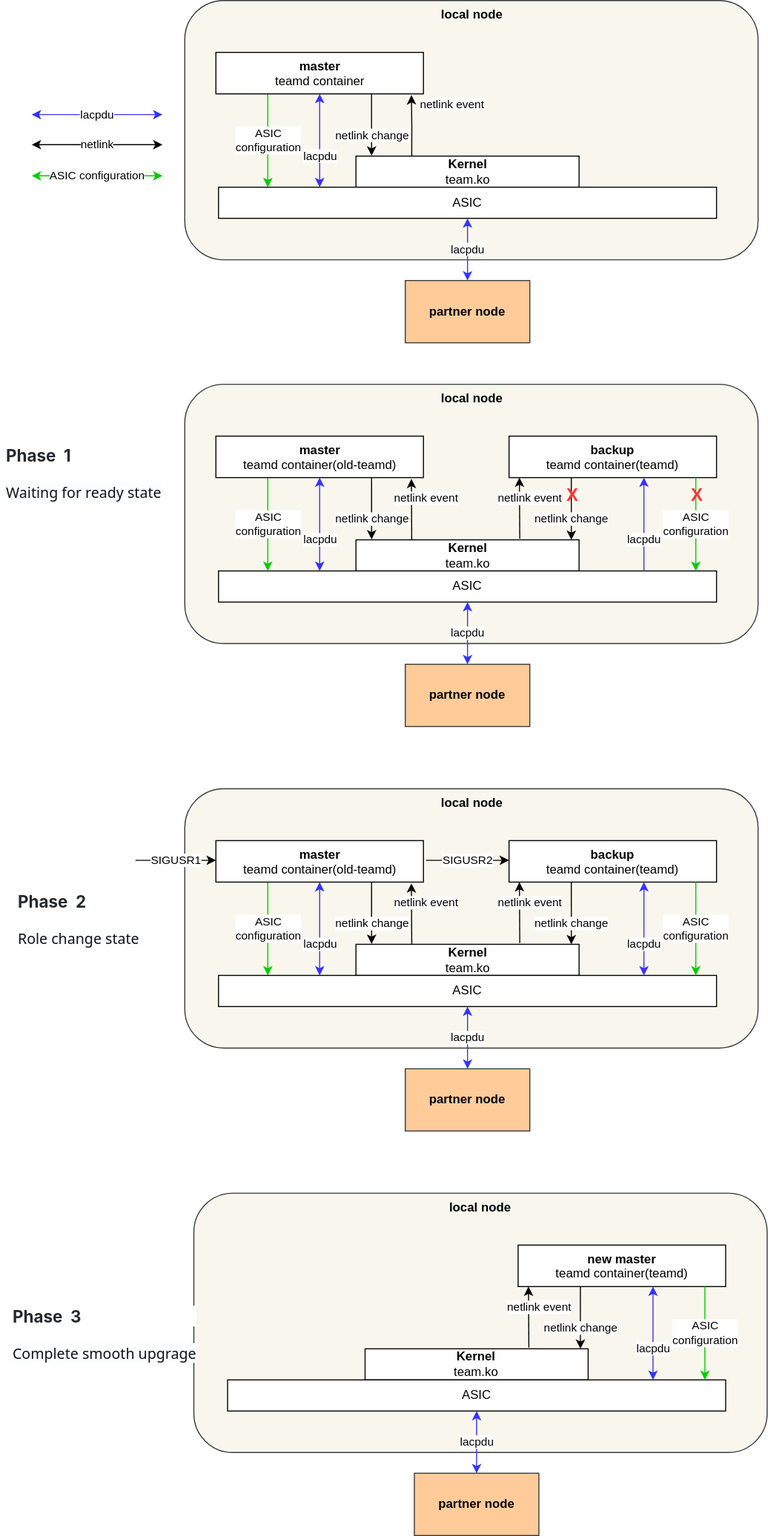
sonic-net/SONiC keeps this draw.io diagram as doc/lag/images/teamd_smooth_upgrade_module_interaction.svg. Above is the earlier version. Source tidied: cells renumbered, new cells last; positions are measured from the earlier drawing's top-left corner, leaving out a move shared by most shapes.
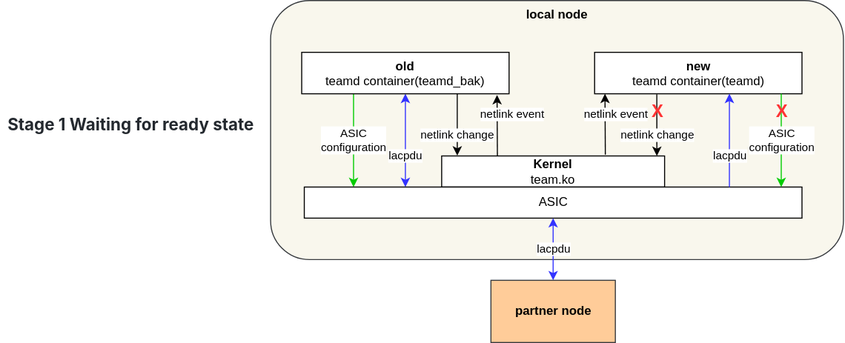
After the change.

Change to the diagram source:
```diff
@@ -2,61 +2,6 @@
   <root>
     <mxCell id="0" />
     <mxCell id="1" parent="0" />
-    <mxCell id="2" value="local&amp;nbsp;node" style="rounded=1;whiteSpace=wrap;html=1;fillColor=#f9f7ed;strokeColor=#36393d;verticalAlign=top;fontStyle=1;" parent="1" vertex="1">
-      <mxGeometry x="177.5" width="552.5" height="250" as="geometry" />
-    </mxCell>
-    <mxCell id="3" value="ASIC&lt;br&gt;configuration" style="edgeStyle=orthogonalEdgeStyle;rounded=0;jettySize=auto;html=1;exitX=0.25;exitY=1;exitDx=0;exitDy=0;strokeColor=#00CC00;" parent="1" edge="1" source="6">
-      <mxGeometry relative="1" as="geometry">
-        <mxPoint x="257.5" y="180" as="targetPoint" />
-      </mxGeometry>
-    </mxCell>
-    <mxCell id="4" value="lacpdu" style="edgeStyle=orthogonalEdgeStyle;rounded=0;jettySize=auto;html=1;exitX=0.5;exitY=1;exitDx=0;exitDy=0;startArrow=classic;startFill=1;strokeColor=#3333FF;" parent="1" edge="1" source="6">
-      <mxGeometry x="0.36" relative="1" as="geometry">
-        <mxPoint x="307.5" y="180" as="targetPoint" />
-        <mxPoint y="-1" as="offset" />
-      </mxGeometry>
-    </mxCell>
-    <mxCell id="5" value="netlink change" style="edgeStyle=orthogonalEdgeStyle;rounded=0;jettySize=auto;html=1;exitX=0.75;exitY=1;exitDx=0;exitDy=0;entryX=0.07;entryY=-0.013;entryDx=0;entryDy=0;entryPerimeter=0;startArrow=none;startFill=0;strokeColor=#000000;" parent="1" edge="1" source="6" target="7">
-      <mxGeometry x="0.33" relative="1" as="geometry" />
-    </mxCell>
-    <mxCell id="6" value="&lt;b&gt;master &lt;br&gt;&lt;/b&gt;teamd container" style="rounded=0;whiteSpace=wrap;html=1;verticalAlign=top;" parent="1" vertex="1">
-      <mxGeometry x="207.5" y="50" width="200" height="40" as="geometry" />
-    </mxCell>
-    <mxCell id="7" value="&lt;b&gt;Kernel&lt;/b&gt;&lt;br&gt;team.ko" style="rounded=0;whiteSpace=wrap;html=1;" parent="1" vertex="1">
-      <mxGeometry x="342.5" y="150" width="215" height="30" as="geometry" />
-    </mxCell>
-    <mxCell id="8" value="ASIC" style="rounded=0;whiteSpace=wrap;html=1;" parent="1" vertex="1">
-      <mxGeometry x="210" y="180" width="480" height="30" as="geometry" />
-    </mxCell>
-    <mxCell id="9" value="lacpdu" style="edgeStyle=orthogonalEdgeStyle;rounded=0;jettySize=auto;html=1;exitX=0.5;exitY=0;exitDx=0;exitDy=0;entryX=0.5;entryY=1;entryDx=0;entryDy=0;startArrow=classic;startFill=1;strokeColor=#3333FF;" parent="1" edge="1" source="10" target="8">
-      <mxGeometry relative="1" as="geometry" />
-    </mxCell>
-    <mxCell id="10" value="partner node" style="rounded=0;whiteSpace=wrap;html=1;fillColor=#ffcc99;strokeColor=#36393d;fontStyle=1;" parent="1" vertex="1">
-      <mxGeometry x="390" y="270" width="120" height="60" as="geometry" />
-    </mxCell>
-    <mxCell id="11" value="lacpdu" style="rounded=0;orthogonalLoop=1;jettySize=auto;html=1;exitX=0.25;exitY=1;exitDx=0;exitDy=0;startArrow=classic;startFill=1;strokeColor=#3333FF;" parent="1" edge="1">
-      <mxGeometry relative="1" as="geometry">
-        <mxPoint x="30" y="110" as="sourcePoint" />
-        <mxPoint x="156" y="110" as="targetPoint" />
-      </mxGeometry>
-    </mxCell>
-    <mxCell id="12" value="netlink" style="rounded=0;orthogonalLoop=1;jettySize=auto;html=1;exitX=0.25;exitY=1;exitDx=0;exitDy=0;startArrow=classic;startFill=1;strokeColor=#000000;" parent="1" edge="1">
-      <mxGeometry relative="1" as="geometry">
-        <mxPoint x="30" y="139" as="sourcePoint" />
-        <mxPoint x="156" y="139" as="targetPoint" />
-      </mxGeometry>
-    </mxCell>
-    <mxCell id="13" value="ASIC&amp;nbsp;configuration" style="rounded=0;orthogonalLoop=1;jettySize=auto;html=1;exitX=0.25;exitY=1;exitDx=0;exitDy=0;startArrow=classic;startFill=1;strokeColor=#00CC00;" parent="1" edge="1">
-      <mxGeometry relative="1" as="geometry">
-        <mxPoint x="30" y="169" as="sourcePoint" />
-        <mxPoint x="156" y="169" as="targetPoint" />
-      </mxGeometry>
-    </mxCell>
-    <mxCell id="14" value="netlink event" style="edgeStyle=orthogonalEdgeStyle;rounded=0;jettySize=auto;html=1;exitX=0.25;exitY=0;exitDx=0;exitDy=0;entryX=0.942;entryY=1.03;entryDx=0;entryDy=0;entryPerimeter=0;startArrow=none;startFill=0;strokeColor=#000000;" parent="1" edge="1" source="7" target="6">
-      <mxGeometry x="0.76" y="-42" relative="1" as="geometry">
-        <mxPoint x="-3" y="2" as="offset" />
-      </mxGeometry>
-    </mxCell>
     <mxCell id="15" value="&lt;b&gt;local&amp;nbsp;node&lt;/b&gt;" style="rounded=1;whiteSpace=wrap;html=1;fillColor=#f9f7ed;strokeColor=#36393d;verticalAlign=top;" parent="1" vertex="1">
       <mxGeometry x="177.5" y="370" width="552.5" height="250" as="geometry" />
     </mxCell>
@@ -74,7 +19,7 @@
     <mxCell id="18" value="netlink change" style="rounded=0;jettySize=auto;html=1;exitX=0.75;exitY=1;exitDx=0;exitDy=0;entryX=0.07;entryY=-0.013;entryDx=0;entryDy=0;entryPerimeter=0;startArrow=none;startFill=0;strokeColor=#000000;" parent="1" edge="1" source="19" target="20">
       <mxGeometry x="0.33" relative="1" as="geometry" />
     </mxCell>
-    <mxCell id="19" value="&lt;b&gt;master &lt;br&gt;&lt;/b&gt;teamd container(old-teamd)" style="rounded=0;whiteSpace=wrap;html=1;verticalAlign=top;" parent="1" vertex="1">
+    <mxCell id="19" value="&lt;b&gt;old&lt;br&gt;&lt;/b&gt;teamd container(teamd_bak)" style="rounded=0;whiteSpace=wrap;html=1;verticalAlign=top;" parent="1" vertex="1">
       <mxGeometry x="207.5" y="420" width="200" height="40" as="geometry" />
     </mxCell>
     <mxCell id="20" value="&lt;b&gt;Kernel&lt;/b&gt;&lt;br&gt;team.ko" style="rounded=0;whiteSpace=wrap;html=1;" parent="1" vertex="1">
@@ -92,7 +37,7 @@
     <mxCell id="24" value="netlink event" style="rounded=0;jettySize=auto;html=1;exitX=0.25;exitY=0;exitDx=0;exitDy=0;entryX=0.942;entryY=1.03;entryDx=0;entryDy=0;entryPerimeter=0;startArrow=none;startFill=0;strokeColor=#000000;" parent="1" edge="1" source="20" target="19">
       <mxGeometry x="0.36" y="-14" relative="1" as="geometry" />
     </mxCell>
-    <mxCell id="25" value="&lt;b&gt;backup&lt;br&gt;&lt;/b&gt;teamd container(teamd)" style="rounded=0;whiteSpace=wrap;html=1;verticalAlign=top;" parent="1" vertex="1">
+    <mxCell id="25" value="&lt;b&gt;new&lt;br&gt;&lt;/b&gt;teamd container(teamd)" style="rounded=0;whiteSpace=wrap;html=1;verticalAlign=top;" parent="1" vertex="1">
       <mxGeometry x="490" y="420" width="200" height="40" as="geometry" />
     </mxCell>
     <mxCell id="26" value="ASIC&lt;br&gt;configuration" style="rounded=0;orthogonalLoop=1;jettySize=auto;html=1;exitX=0.25;exitY=1;exitDx=0;exitDy=0;strokeColor=#00CC00;" parent="1" edge="1">
@@ -130,132 +75,8 @@
         <mxPoint x="500" y="460" as="targetPoint" />
       </mxGeometry>
     </mxCell>
-    <mxCell id="32" value="&lt;b&gt;local&amp;nbsp;node&lt;/b&gt;" style="rounded=1;whiteSpace=wrap;html=1;fillColor=#f9f7ed;strokeColor=#36393d;verticalAlign=top;" parent="1" vertex="1">
-      <mxGeometry x="177.5" y="760" width="552.5" height="250" as="geometry" />
-    </mxCell>
-    <mxCell id="33" value="ASIC&lt;br&gt;configuration" style="rounded=0;jettySize=auto;html=1;exitX=0.25;exitY=1;exitDx=0;exitDy=0;strokeColor=#00CC00;" parent="1" edge="1" source="36">
-      <mxGeometry relative="1" as="geometry">
-        <mxPoint x="257.5" y="940" as="targetPoint" />
-      </mxGeometry>
-    </mxCell>
-    <mxCell id="34" value="lacpdu" style="rounded=0;jettySize=auto;html=1;exitX=0.5;exitY=1;exitDx=0;exitDy=0;startArrow=classic;startFill=1;strokeColor=#3333FF;" parent="1" edge="1" source="36">
-      <mxGeometry x="0.36" relative="1" as="geometry">
-        <mxPoint x="307.5" y="940" as="targetPoint" />
-        <mxPoint y="-1" as="offset" />
-      </mxGeometry>
-    </mxCell>
-    <mxCell id="35" value="netlink change" style="rounded=0;jettySize=auto;html=1;exitX=0.75;exitY=1;exitDx=0;exitDy=0;entryX=0.07;entryY=-0.013;entryDx=0;entryDy=0;entryPerimeter=0;startArrow=none;startFill=0;strokeColor=#000000;" parent="1" edge="1" source="36" target="37">
-      <mxGeometry x="0.33" relative="1" as="geometry" />
-    </mxCell>
-    <mxCell id="36" value="&lt;b&gt;master &lt;br&gt;&lt;/b&gt;teamd container(old-teamd)" style="rounded=0;whiteSpace=wrap;html=1;verticalAlign=top;" parent="1" vertex="1">
-      <mxGeometry x="207.5" y="810" width="200" height="40" as="geometry" />
-    </mxCell>
-    <mxCell id="37" value="&lt;b&gt;Kernel&lt;/b&gt;&lt;br&gt;team.ko" style="rounded=0;whiteSpace=wrap;html=1;" parent="1" vertex="1">
-      <mxGeometry x="342.5" y="910" width="215" height="30" as="geometry" />
-    </mxCell>
-    <mxCell id="38" value="ASIC" style="rounded=0;whiteSpace=wrap;html=1;" parent="1" vertex="1">
-      <mxGeometry x="210" y="940" width="480" height="30" as="geometry" />
-    </mxCell>
-    <mxCell id="39" value="lacpdu" style="edgeStyle=orthogonalEdgeStyle;rounded=0;jettySize=auto;html=1;exitX=0.5;exitY=0;exitDx=0;exitDy=0;entryX=0.5;entryY=1;entryDx=0;entryDy=0;startArrow=classic;startFill=1;strokeColor=#3333FF;" parent="1" edge="1" source="40" target="38">
-      <mxGeometry relative="1" as="geometry" />
-    </mxCell>
-    <mxCell id="40" value="partner node" style="rounded=0;whiteSpace=wrap;html=1;fillColor=#ffcc99;strokeColor=#36393d;fontStyle=1;" parent="1" vertex="1">
-      <mxGeometry x="390" y="1030" width="120" height="60" as="geometry" />
-    </mxCell>
-    <mxCell id="41" value="netlink event" style="rounded=0;jettySize=auto;html=1;exitX=0.25;exitY=0;exitDx=0;exitDy=0;entryX=0.942;entryY=1.03;entryDx=0;entryDy=0;entryPerimeter=0;startArrow=none;startFill=0;strokeColor=#000000;" parent="1" edge="1" source="37" target="36">
-      <mxGeometry x="0.36" y="-14" relative="1" as="geometry" />
-    </mxCell>
-    <mxCell id="42" value="&lt;b&gt;backup&lt;br&gt;&lt;/b&gt;teamd container(teamd)" style="rounded=0;whiteSpace=wrap;html=1;verticalAlign=top;" parent="1" vertex="1">
-      <mxGeometry x="490" y="810" width="200" height="40" as="geometry" />
-    </mxCell>
-    <mxCell id="43" value="netlink event" style="rounded=0;orthogonalLoop=1;jettySize=auto;html=1;exitX=0.25;exitY=0;exitDx=0;exitDy=0;entryX=0.942;entryY=1.03;entryDx=0;entryDy=0;entryPerimeter=0;startArrow=none;startFill=0;strokeColor=#000000;" parent="1" edge="1">
-      <mxGeometry x="0.32" y="-10" relative="1" as="geometry">
-        <mxPoint x="500.3" y="908.8" as="sourcePoint" />
-        <mxPoint x="500" y="850" as="targetPoint" />
-      </mxGeometry>
-    </mxCell>
-    <mxCell id="44" value="&lt;b&gt;local&amp;nbsp;node&lt;/b&gt;" style="rounded=1;whiteSpace=wrap;html=1;fillColor=#f9f7ed;strokeColor=#36393d;verticalAlign=top;" parent="1" vertex="1">
-      <mxGeometry x="186.2" y="1150" width="552.5" height="250" as="geometry" />
-    </mxCell>
-    <mxCell id="45" value="&lt;b&gt;Kernel&lt;/b&gt;&lt;br&gt;team.ko" style="rounded=0;whiteSpace=wrap;html=1;" parent="1" vertex="1">
-      <mxGeometry x="351.2" y="1300" width="215" height="30" as="geometry" />
-    </mxCell>
-    <mxCell id="46" value="ASIC" style="rounded=0;whiteSpace=wrap;html=1;" parent="1" vertex="1">
-      <mxGeometry x="218.8" y="1330" width="480" height="30" as="geometry" />
-    </mxCell>
-    <mxCell id="47" value="lacpdu" style="edgeStyle=orthogonalEdgeStyle;rounded=0;jettySize=auto;html=1;exitX=0.5;exitY=0;exitDx=0;exitDy=0;entryX=0.5;entryY=1;entryDx=0;entryDy=0;startArrow=classic;startFill=1;strokeColor=#3333FF;" parent="1" edge="1" source="48" target="46">
-      <mxGeometry relative="1" as="geometry" />
-    </mxCell>
-    <mxCell id="48" value="partner node" style="rounded=0;whiteSpace=wrap;html=1;fillColor=#ffcc99;strokeColor=#36393d;fontStyle=1;" parent="1" vertex="1">
-      <mxGeometry x="398.8" y="1420" width="120" height="60" as="geometry" />
-    </mxCell>
-    <mxCell id="49" value="&lt;b&gt;new master&lt;br&gt;&lt;/b&gt;teamd container(teamd)" style="rounded=0;whiteSpace=wrap;html=1;verticalAlign=top;" parent="1" vertex="1">
-      <mxGeometry x="498.8" y="1200" width="200" height="40" as="geometry" />
-    </mxCell>
-    <mxCell id="50" value="ASIC&lt;br&gt;configuration" style="rounded=0;orthogonalLoop=1;jettySize=auto;html=1;exitX=0.25;exitY=1;exitDx=0;exitDy=0;strokeColor=#00CC00;" parent="1" edge="1">
-      <mxGeometry relative="1" as="geometry">
-        <mxPoint x="678.8" y="1240" as="sourcePoint" />
-        <mxPoint x="678.8" y="1330" as="targetPoint" />
-      </mxGeometry>
-    </mxCell>
-    <mxCell id="51" value="lacpdu" style="rounded=0;orthogonalLoop=1;jettySize=auto;html=1;exitX=0.5;exitY=1;exitDx=0;exitDy=0;startArrow=classic;startFill=1;strokeColor=#3333FF;" parent="1" edge="1">
-      <mxGeometry x="0.36" relative="1" as="geometry">
-        <mxPoint x="628.8" y="1240" as="sourcePoint" />
-        <mxPoint x="628.8" y="1330" as="targetPoint" />
-        <mxPoint y="-1" as="offset" />
-      </mxGeometry>
-    </mxCell>
-    <mxCell id="52" value="netlink change" style="rounded=0;orthogonalLoop=1;jettySize=auto;html=1;exitX=0.75;exitY=1;exitDx=0;exitDy=0;entryX=0.07;entryY=-0.013;entryDx=0;entryDy=0;entryPerimeter=0;startArrow=none;startFill=0;strokeColor=#000000;" parent="1" edge="1">
-      <mxGeometry x="0.33" relative="1" as="geometry">
-        <mxPoint x="558.8" y="1240.4" as="sourcePoint" />
-        <mxPoint x="558.8" y="1300" as="targetPoint" />
-      </mxGeometry>
-    </mxCell>
-    <mxCell id="53" value="netlink event" style="rounded=0;orthogonalLoop=1;jettySize=auto;html=1;exitX=0.25;exitY=0;exitDx=0;exitDy=0;entryX=0.942;entryY=1.03;entryDx=0;entryDy=0;entryPerimeter=0;startArrow=none;startFill=0;strokeColor=#000000;" parent="1" edge="1">
-      <mxGeometry x="0.32" y="-10" relative="1" as="geometry">
-        <mxPoint x="509.1" y="1298.8" as="sourcePoint" />
-        <mxPoint x="508.8" y="1240" as="targetPoint" />
-      </mxGeometry>
-    </mxCell>
-    <mxCell id="54" value="ASIC&lt;br&gt;configuration" style="rounded=0;orthogonalLoop=1;jettySize=auto;html=1;exitX=0.25;exitY=1;exitDx=0;exitDy=0;strokeColor=#00CC00;" parent="1" edge="1">
-      <mxGeometry relative="1" as="geometry">
-        <mxPoint x="670" y="850" as="sourcePoint" />
-        <mxPoint x="670" y="940" as="targetPoint" />
-      </mxGeometry>
-    </mxCell>
-    <mxCell id="55" value="lacpdu" style="rounded=0;orthogonalLoop=1;jettySize=auto;html=1;exitX=0.5;exitY=1;exitDx=0;exitDy=0;startArrow=classic;startFill=1;strokeColor=#3333FF;endArrow=classic;endFill=1;" parent="1" edge="1">
-      <mxGeometry x="0.36" relative="1" as="geometry">
-        <mxPoint x="620" y="850" as="sourcePoint" />
-        <mxPoint x="620" y="940" as="targetPoint" />
-        <mxPoint y="-1" as="offset" />
-      </mxGeometry>
-    </mxCell>
-    <mxCell id="56" value="netlink change" style="rounded=0;orthogonalLoop=1;jettySize=auto;html=1;exitX=0.75;exitY=1;exitDx=0;exitDy=0;entryX=0.07;entryY=-0.013;entryDx=0;entryDy=0;entryPerimeter=0;startArrow=none;startFill=0;strokeColor=#000000;" parent="1" edge="1">
-      <mxGeometry x="0.33" relative="1" as="geometry">
-        <mxPoint x="550" y="850.4" as="sourcePoint" />
-        <mxPoint x="550.1" y="910" as="targetPoint" />
-      </mxGeometry>
-    </mxCell>
-    <mxCell id="57" value="&lt;h4 style=&quot;box-sizing: border-box; margin-top: 24px; margin-bottom: 16px; font-size: 16px; line-height: 1.25; color: rgb(36, 41, 47); font-family: -apple-system, BlinkMacSystemFont, &amp;quot;Segoe UI&amp;quot;, Helvetica, Arial, sans-serif, &amp;quot;Apple Color Emoji&amp;quot;, &amp;quot;Segoe UI Emoji&amp;quot;; text-align: start; background-color: rgb(255, 255, 255);&quot; dir=&quot;auto&quot;&gt;Phase&amp;nbsp; 1&lt;/h4&gt;&lt;div&gt;&lt;span style=&quot;color: rgb(16, 18, 20); font-family: &amp;quot;PingFang SC&amp;quot;, &amp;quot;Segoe UI&amp;quot;, Arial, &amp;quot;Microsoft YaHei&amp;quot;, 微软雅黑, 宋体, &amp;quot;Malgun Gothic&amp;quot;, sans-serif; font-size: 14px; text-align: start; background-color: rgb(252, 253, 254);&quot;&gt;Waiting for ready state&lt;/span&gt;&lt;br&gt;&lt;/div&gt;" style="text;html=1;align=center;verticalAlign=middle;strokeColor=none;fillColor=none;fontSize=17;fontColor=#FF3333;" parent="1" vertex="1">
-      <mxGeometry y="400" width="160" height="90" as="geometry" />
+    <mxCell id="57" value="&lt;h4 style=&quot;box-sizing: border-box; margin-top: 24px; margin-bottom: 16px; font-size: 16px; line-height: 1.25; color: rgb(36, 41, 47); font-family: -apple-system, BlinkMacSystemFont, &amp;quot;Segoe UI&amp;quot;, Helvetica, Arial, sans-serif, &amp;quot;Apple Color Emoji&amp;quot;, &amp;quot;Segoe UI Emoji&amp;quot;; text-align: start; background-color: rgb(255, 255, 255);&quot; dir=&quot;auto&quot;&gt;Stage 1 Waiting for ready state&lt;/h4&gt;" style="text;html=1;align=center;verticalAlign=middle;strokeColor=none;fillColor=none;fontSize=17;fontColor=#FF3333;" parent="1" vertex="1">
+      <mxGeometry x="-82.5" y="450" width="250" height="70" as="geometry" />
     </mxCell>
-    <mxCell id="58" value="&lt;h4 style=&quot;box-sizing: border-box; margin-top: 24px; margin-bottom: 16px; font-size: 16px; line-height: 1.25; color: rgb(36, 41, 47); font-family: -apple-system, BlinkMacSystemFont, &amp;quot;Segoe UI&amp;quot;, Helvetica, Arial, sans-serif, &amp;quot;Apple Color Emoji&amp;quot;, &amp;quot;Segoe UI Emoji&amp;quot;; text-align: start; background-color: rgb(255, 255, 255);&quot; dir=&quot;auto&quot;&gt;Phase&amp;nbsp; 2&lt;/h4&gt;&lt;div&gt;&lt;span style=&quot;color: rgb(16, 18, 20); font-family: &amp;quot;PingFang SC&amp;quot;, &amp;quot;Segoe UI&amp;quot;, Arial, &amp;quot;Microsoft YaHei&amp;quot;, 微软雅黑, 宋体, &amp;quot;Malgun Gothic&amp;quot;, sans-serif; font-size: 14px; text-align: start; background-color: rgb(252, 253, 254);&quot;&gt;Role change&amp;nbsp;state&lt;/span&gt;&lt;br&gt;&lt;/div&gt;" style="text;html=1;align=center;verticalAlign=middle;strokeColor=none;fillColor=none;fontSize=17;fontColor=#FF3333;" parent="1" vertex="1">
-      <mxGeometry x="10" y="830" width="130" height="90" as="geometry" />
-    </mxCell>
-    <mxCell id="59" value="SIGUSR1" style="rounded=0;orthogonalLoop=1;jettySize=auto;html=1;startArrow=none;startFill=0;strokeColor=#000000;" parent="1" edge="1">
-      <mxGeometry relative="1" as="geometry">
-        <mxPoint x="130" y="829" as="sourcePoint" />
-        <mxPoint x="207.5" y="829" as="targetPoint" />
-      </mxGeometry>
-    </mxCell>
-    <mxCell id="60" value="SIGUSR2" style="rounded=0;orthogonalLoop=1;jettySize=auto;html=1;startArrow=none;startFill=0;strokeColor=#000000;" parent="1" edge="1">
-      <mxGeometry relative="1" as="geometry">
-        <mxPoint x="410" y="829" as="sourcePoint" />
-        <mxPoint x="490" y="829" as="targetPoint" />
-      </mxGeometry>
-    </mxCell>
-    <mxCell id="61" value="&lt;h4 style=&quot;box-sizing: border-box; margin-top: 24px; margin-bottom: 16px; font-size: 16px; line-height: 1.25; color: rgb(36, 41, 47); font-family: -apple-system, BlinkMacSystemFont, &amp;quot;Segoe UI&amp;quot;, Helvetica, Arial, sans-serif, &amp;quot;Apple Color Emoji&amp;quot;, &amp;quot;Segoe UI Emoji&amp;quot;; text-align: start; background-color: rgb(255, 255, 255);&quot; dir=&quot;auto&quot;&gt;Phase&amp;nbsp; 3&lt;/h4&gt;&lt;div&gt;&lt;span style=&quot;color: rgb(16, 18, 20); font-family: &amp;quot;PingFang SC&amp;quot;, &amp;quot;Segoe UI&amp;quot;, Arial, &amp;quot;Microsoft YaHei&amp;quot;, 微软雅黑, 宋体, &amp;quot;Malgun Gothic&amp;quot;, sans-serif; font-size: 14px; text-align: start; background-color: rgb(252, 253, 254);&quot;&gt;Complete smooth upgrage&lt;/span&gt;&lt;br&gt;&lt;/div&gt;" style="text;html=1;align=center;verticalAlign=middle;strokeColor=none;fillColor=none;fontSize=17;fontColor=#FF3333;" parent="1" vertex="1">
-      <mxGeometry x="10" y="1230" width="180" height="90" as="geometry" />
-    </mxCell>
   </root>
 </mxGraphModel>
```
